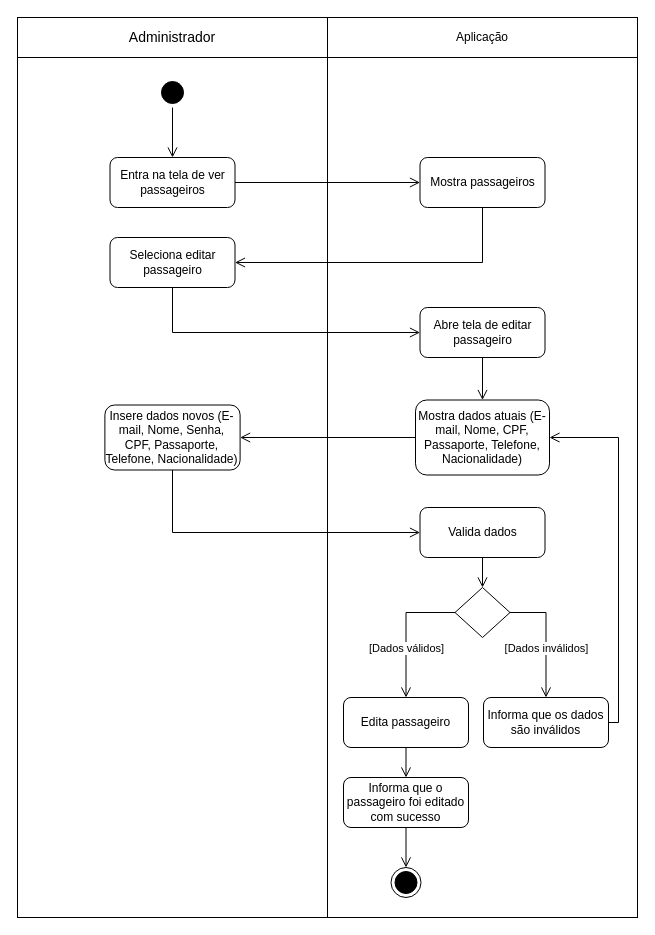
Above: Diagramas/Eng_de_Software/Modelos/Atividade/Update_Passageiro.drawio in GabrielGMori/trabalho-conclus-o-ano (draw.io), before the change. Source tidied: cells renumbered, new cells numbered last; positions are measured from the earlier drawing's top-left corner, leaving out a move shared by most shapes. Both pictures are drawn from the tidied source at 100%, with x=0, y=0 at pixel (17, 17).
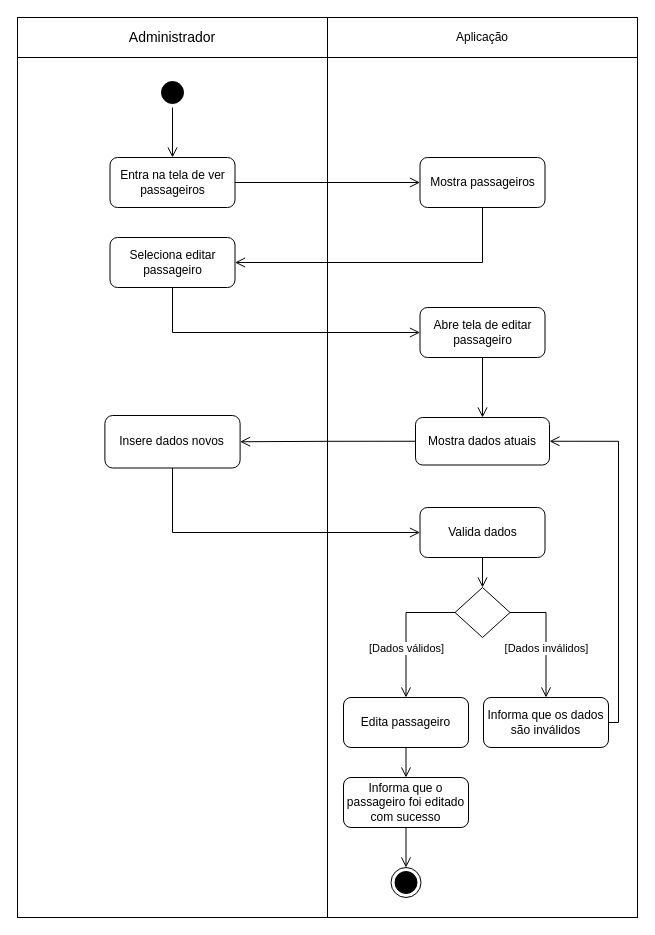
The same page after the edit.

What changed in the source:
```diff
@@
-    <mxCell id="9" value="Mostra dados atuais (E-mail, Nome, CPF, Passaporte, Telefone, Nacionalidade)" style="rounded=1;whiteSpace=wrap;html=1;" parent="1" vertex="1">
-      <mxGeometry x="398" y="382.5" width="134" height="75" as="geometry" />
+    <mxCell id="9" value="Mostra dados atuais" style="rounded=1;whiteSpace=wrap;html=1;" parent="1" vertex="1">
+      <mxGeometry x="398" y="400" width="134" height="47.5" as="geometry" />
     </mxCell>
-    <mxCell id="10" value="Insere dados novos (E-mail, Nome, Senha, CPF, Passaporte, Telefone, Nacionalidade)" style="rounded=1;whiteSpace=wrap;html=1;" parent="1" vertex="1">
-      <mxGeometry x="87.4" y="387.5" width="135.2" height="65" as="geometry" />
+    <mxCell id="10" value="Insere dados novos" style="rounded=1;whiteSpace=wrap;html=1;" parent="1" vertex="1">
+      <mxGeometry x="87.4" y="398" width="135.2" height="52.5" as="geometry" />
     </mxCell>
```
